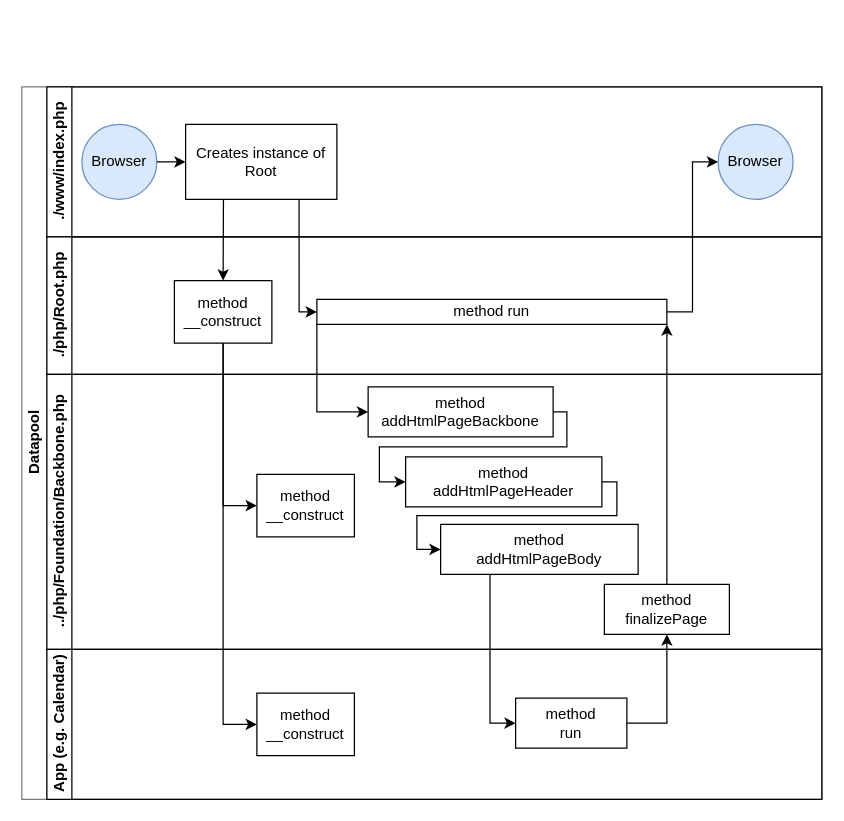
This is assets/Browser_call_flow.drawio from SourcePot/datapool, a draw.io file, before an edit. Source tidied: cells renumbered, new cells numbered last; positions are measured from the earlier drawing's top-left corner, leaving out a move shared by most shapes. Both pictures are drawn from the tidied source at 125%, with x=0, y=0 at pixel (21, 86).
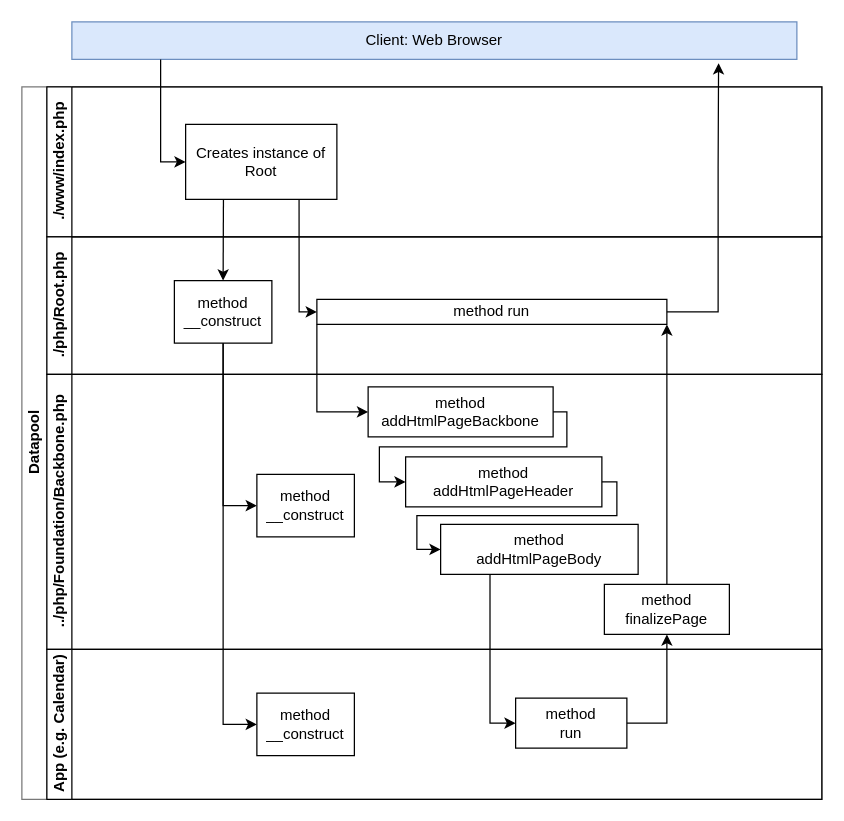
The same page after the edit.

The change refers to these unchanged cells:
```xml
<mxCell id="2" value="Datapool" style="swimlane;html=1;horizontal=0;startSize=20;strokeColor=#787878;" parent="1" vertex="1">
  <mxGeometry width="640" height="570" as="geometry" />
</mxCell>
<mxCell id="3" value="./www/index.php" style="swimlane;html=1;startSize=20;horizontal=0;" parent="2" vertex="1">
  <mxGeometry x="20" width="620" height="120" as="geometry" />
</mxCell>
<mxCell id="5" value="Creates instance of&lt;br&gt;Root" style="rounded=0;whiteSpace=wrap;html=1;fontFamily=Helvetica;fontSize=12;fontColor=#000000;align=center;" parent="3" vertex="1">
  <mxGeometry x="111" y="30" width="121" height="60" as="geometry" />
</mxCell>
<mxCell id="9" value="method run" style="rounded=0;whiteSpace=wrap;html=1;fontFamily=Helvetica;fontSize=12;fontColor=#000000;align=center;" parent="8" vertex="1">
  <mxGeometry x="216" y="50" width="280" height="20" as="geometry" />
</mxCell>
```

The edit, as a diff of the source:
```diff
@@
-    <mxCell id="4" value="Browser" style="ellipse;whiteSpace=wrap;html=1;fillColor=#dae8fc;strokeColor=#6c8ebf;" parent="3" vertex="1">
-      <mxGeometry x="28" y="30" width="60" height="60" as="geometry" />
-    </mxCell>
@@
-    <mxCell id="6" value="Browser" style="ellipse;whiteSpace=wrap;html=1;fillColor=#dae8fc;strokeColor=#6c8ebf;" parent="3" vertex="1">
-      <mxGeometry x="537" y="30" width="60" height="60" as="geometry" />
-    </mxCell>
-    <mxCell id="7" style="edgeStyle=orthogonalEdgeStyle;rounded=0;jettySize=auto;html=1;entryX=0;entryY=0.5;entryDx=0;entryDy=0;" parent="3" edge="1" source="4" target="5">
-      <mxGeometry relative="1" as="geometry" />
-    </mxCell>
@@
-    <mxCell id="22" style="edgeStyle=orthogonalEdgeStyle;rounded=0;jettySize=auto;html=1;endArrow=classic;endFill=1;entryX=0;entryY=0.5;entryDx=0;entryDy=0;" parent="2" edge="1" source="9" target="6">
-      <mxGeometry relative="1" as="geometry" />
-    </mxCell>
@@
+    <mxCell id="31" value="Client: Web Browser" style="rounded=0;whiteSpace=wrap;html=1;fillColor=#dae8fc;strokeColor=#6c8ebf;" parent="1" vertex="1">
+      <mxGeometry x="40" y="-52" width="580" height="30" as="geometry" />
+    </mxCell>
+    <mxCell id="7" style="edgeStyle=orthogonalEdgeStyle;rounded=0;jettySize=auto;html=1;entryX=0;entryY=0.5;entryDx=0;entryDy=0;" parent="1" edge="1" source="31" target="5">
+      <mxGeometry relative="1" as="geometry">
+        <Array as="points">
+          <mxPoint x="111" y="60" />
+        </Array>
+      </mxGeometry>
+    </mxCell>
+    <mxCell id="22" style="edgeStyle=orthogonalEdgeStyle;rounded=0;jettySize=auto;html=1;endArrow=classic;endFill=1;entryX=0.892;entryY=1.1;entryDx=0;entryDy=0;entryPerimeter=0;" parent="1" edge="1" source="9" target="31">
+      <mxGeometry relative="1" as="geometry">
+        <Array as="points">
+          <mxPoint x="557" y="180" />
+          <mxPoint x="557" y="65" />
+        </Array>
+      </mxGeometry>
+    </mxCell>
```
